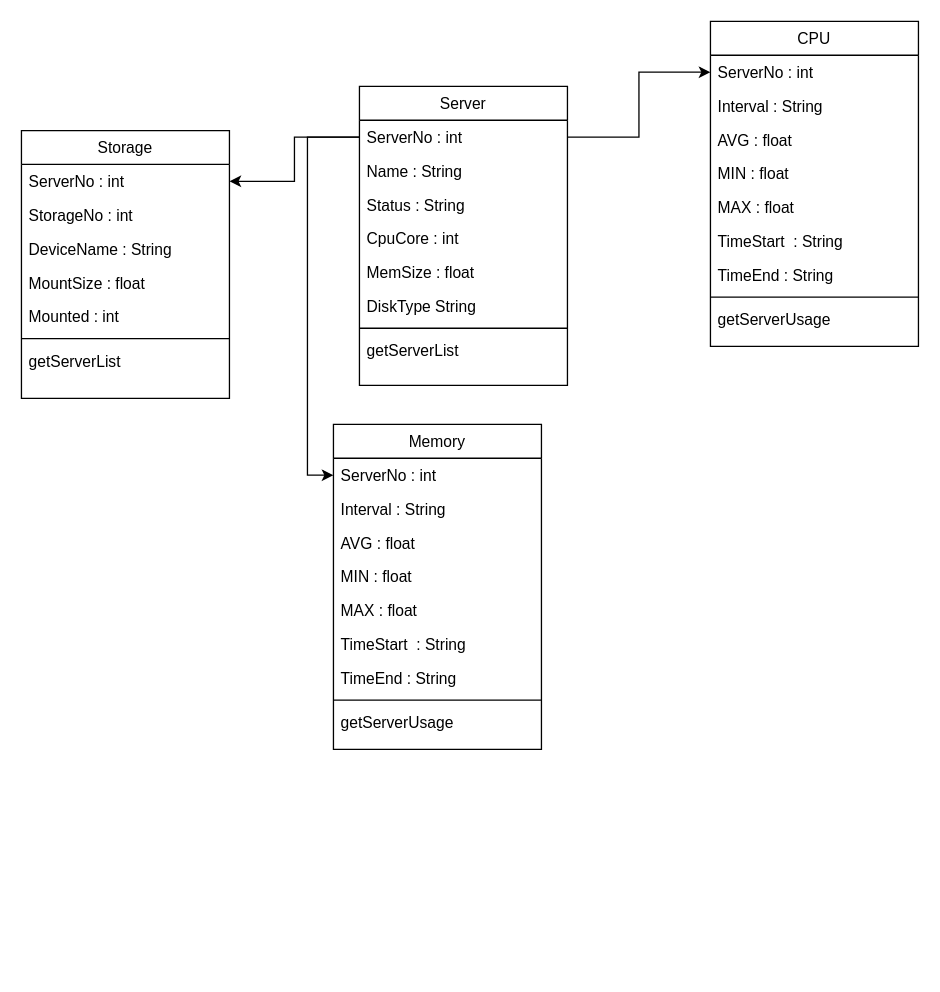
duathcys/-ToDo keeps this draw.io diagram as page "Page-1" (1 of 2) of 제목 없는 다이어그램.drawio. Above is the earlier version. Source tidied: cells renumbered, new cells numbered last; positions are measured from the earlier drawing's top-left corner, leaving out a move shared by most shapes. Both pictures are drawn from the tidied source at 130%, with x=0, y=0 at pixel (21, 21).
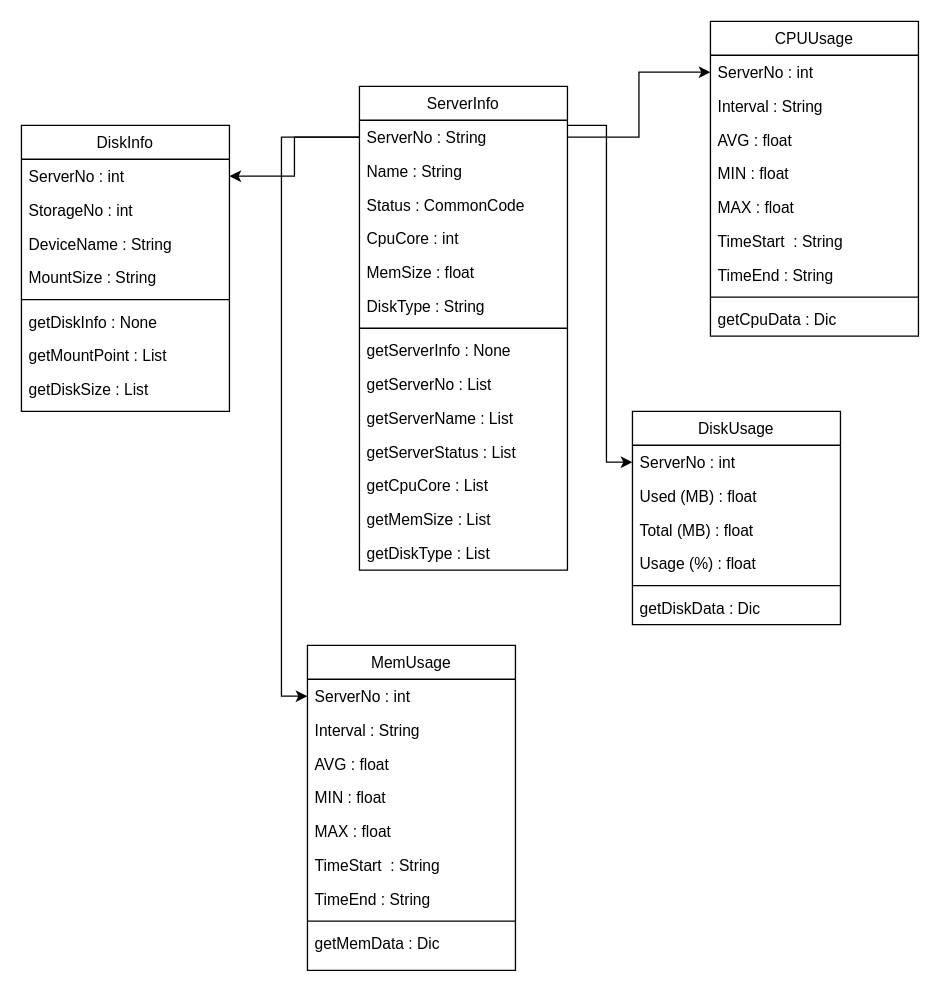
The same page after the edit.

Commit message:
제목 없는 다이어그램.drawio 업데이트

Diff of the diagram source:
```diff
@@
-    <mxCell id="2" value="Server" style="swimlane;fontStyle=0;align=center;verticalAlign=top;horizontal=1;startSize=26;rounded=0;shadow=0;strokeWidth=1;labelBackgroundColor=none;" parent="1" vertex="1">
-      <mxGeometry x="260" y="50" width="160" height="230" as="geometry" />
+    <mxCell id="2" value="ServerInfo" style="swimlane;fontStyle=0;align=center;verticalAlign=top;horizontal=1;startSize=26;rounded=0;shadow=0;strokeWidth=1;labelBackgroundColor=none;" parent="1" vertex="1">
+      <mxGeometry x="260" y="50" width="160" height="372" as="geometry" />
     </mxCell>
-    <mxCell id="3" value="ServerNo : int" style="text;align=left;verticalAlign=top;spacingLeft=4;spacingRight=4;overflow=hidden;points=[[0,0.5],[1,0.5]];portConstraint=eastwest;labelBackgroundColor=none;" parent="2" vertex="1">
+    <mxCell id="3" value="ServerNo : String" style="text;align=left;verticalAlign=top;spacingLeft=4;spacingRight=4;overflow=hidden;points=[[0,0.5],[1,0.5]];portConstraint=eastwest;labelBackgroundColor=none;" parent="2" vertex="1">
       <mxGeometry y="26" width="160" height="26" as="geometry" />
     </mxCell>
@@
-    <mxCell id="5" value="Status : String" style="text;align=left;verticalAlign=top;spacingLeft=4;spacingRight=4;overflow=hidden;rounded=0;shadow=0;html=0;labelBackgroundColor=none;" parent="2" vertex="1">
+    <mxCell id="5" value="Status : CommonCode" style="text;align=left;verticalAlign=top;spacingLeft=4;spacingRight=4;overflow=hidden;rounded=0;shadow=0;html=0;labelBackgroundColor=none;" parent="2" vertex="1">
       <mxGeometry y="78" width="160" height="26" as="geometry" />
     </mxCell>
@@
-    <mxCell id="8" value="DiskType String" style="text;align=left;verticalAlign=top;spacingLeft=4;spacingRight=4;overflow=hidden;labelBackgroundColor=none;" parent="2" vertex="1">
+    <mxCell id="8" value="DiskType : String" style="text;align=left;verticalAlign=top;spacingLeft=4;spacingRight=4;overflow=hidden;labelBackgroundColor=none;" parent="2" vertex="1">
       <mxGeometry y="156" width="160" height="26" as="geometry" />
     </mxCell>
@@
-    <mxCell id="10" value="getServerList" style="text;align=left;verticalAlign=top;spacingLeft=4;spacingRight=4;overflow=hidden;labelBackgroundColor=none;" parent="2" vertex="1">
+    <mxCell id="10" value="getServerInfo : None" style="text;align=left;verticalAlign=top;spacingLeft=4;spacingRight=4;overflow=hidden;labelBackgroundColor=none;" parent="2" vertex="1">
       <mxGeometry y="190" width="160" height="26" as="geometry" />
     </mxCell>
+    <mxCell id="42" value="getServerNo : List " style="text;align=left;verticalAlign=top;spacingLeft=4;spacingRight=4;overflow=hidden;labelBackgroundColor=none;" parent="2" vertex="1">
+      <mxGeometry y="216" width="160" height="26" as="geometry" />
+    </mxCell>
+    <mxCell id="43" value="getServerName : List" style="text;align=left;verticalAlign=top;spacingLeft=4;spacingRight=4;overflow=hidden;labelBackgroundColor=none;" parent="2" vertex="1">
+      <mxGeometry y="242" width="160" height="26" as="geometry" />
+    </mxCell>
+    <mxCell id="44" value="getServerStatus : List" style="text;align=left;verticalAlign=top;spacingLeft=4;spacingRight=4;overflow=hidden;labelBackgroundColor=none;" parent="2" vertex="1">
+      <mxGeometry y="268" width="160" height="26" as="geometry" />
+    </mxCell>
+    <mxCell id="45" value="getCpuCore : List" style="text;align=left;verticalAlign=top;spacingLeft=4;spacingRight=4;overflow=hidden;labelBackgroundColor=none;" parent="2" vertex="1">
+      <mxGeometry y="294" width="160" height="26" as="geometry" />
+    </mxCell>
+    <mxCell id="46" value="getMemSize : List" style="text;align=left;verticalAlign=top;spacingLeft=4;spacingRight=4;overflow=hidden;labelBackgroundColor=none;" parent="2" vertex="1">
+      <mxGeometry y="320" width="160" height="26" as="geometry" />
+    </mxCell>
+    <mxCell id="47" value="getDiskType : List" style="text;align=left;verticalAlign=top;spacingLeft=4;spacingRight=4;overflow=hidden;labelBackgroundColor=none;" parent="2" vertex="1">
+      <mxGeometry y="346" width="160" height="26" as="geometry" />
+    </mxCell>
-    <mxCell id="11" value="CPU" style="swimlane;fontStyle=0;align=center;verticalAlign=top;horizontal=1;startSize=26;rounded=0;shadow=0;strokeWidth=1;labelBackgroundColor=none;" parent="1" vertex="1">
-      <mxGeometry x="530" width="160" height="250" as="geometry" />
+    <mxCell id="11" value="CPUUsage" style="swimlane;fontStyle=0;align=center;verticalAlign=top;horizontal=1;startSize=26;rounded=0;shadow=0;strokeWidth=1;labelBackgroundColor=none;" parent="1" vertex="1">
+      <mxGeometry x="530" width="160" height="242" as="geometry" />
     </mxCell>
@@
-    <mxCell id="20" value="getServerUsage" style="text;align=left;verticalAlign=top;spacingLeft=4;spacingRight=4;overflow=hidden;labelBackgroundColor=none;" parent="11" vertex="1">
+    <mxCell id="20" value="getCpuData : Dic" style="text;align=left;verticalAlign=top;spacingLeft=4;spacingRight=4;overflow=hidden;labelBackgroundColor=none;" parent="11" vertex="1">
       <mxGeometry y="216" width="160" height="26" as="geometry" />
     </mxCell>
-    <mxCell id="21" value="Storage" style="swimlane;fontStyle=0;align=center;verticalAlign=top;horizontal=1;startSize=26;rounded=0;shadow=0;strokeWidth=1;labelBackgroundColor=none;" parent="1" vertex="1">
-      <mxGeometry y="84" width="160" height="206" as="geometry" />
+    <mxCell id="21" value="DiskInfo" style="swimlane;fontStyle=0;align=center;verticalAlign=top;horizontal=1;startSize=26;rounded=0;shadow=0;strokeWidth=1;labelBackgroundColor=none;" parent="1" vertex="1">
+      <mxGeometry y="80" width="160" height="220" as="geometry" />
     </mxCell>
@@
-    <mxCell id="25" value="MountSize : float" style="text;align=left;verticalAlign=top;spacingLeft=4;spacingRight=4;overflow=hidden;rounded=0;shadow=0;html=0;labelBackgroundColor=none;" parent="21" vertex="1">
+    <mxCell id="25" value="MountSize : String" style="text;align=left;verticalAlign=top;spacingLeft=4;spacingRight=4;overflow=hidden;rounded=0;shadow=0;html=0;labelBackgroundColor=none;" parent="21" vertex="1">
       <mxGeometry y="104" width="160" height="26" as="geometry" />
     </mxCell>
-    <mxCell id="26" value="Mounted : int" style="text;align=left;verticalAlign=top;spacingLeft=4;spacingRight=4;overflow=hidden;labelBackgroundColor=none;" parent="21" vertex="1">
-      <mxGeometry y="130" width="160" height="26" as="geometry" />
-    </mxCell>
     <mxCell id="27" style="line;html=1;strokeWidth=1;align=left;verticalAlign=middle;spacingTop=-1;spacingLeft=3;spacingRight=3;labelPosition=right;labelBackgroundColor=none;" parent="21" vertex="1">
-      <mxGeometry y="156" width="160" height="8" as="geometry" />
+      <mxGeometry y="130" width="160" height="8" as="geometry" />
     </mxCell>
-    <mxCell id="28" value="getServerList" style="text;align=left;verticalAlign=top;spacingLeft=4;spacingRight=4;overflow=hidden;labelBackgroundColor=none;" parent="21" vertex="1">
-      <mxGeometry y="164" width="160" height="26" as="geometry" />
+    <mxCell id="28" value="getDiskInfo : None" style="text;align=left;verticalAlign=top;spacingLeft=4;spacingRight=4;overflow=hidden;labelBackgroundColor=none;" parent="21" vertex="1">
+      <mxGeometry y="138" width="160" height="26" as="geometry" />
     </mxCell>
+    <mxCell id="48" value="getMountPoint : List" style="text;align=left;verticalAlign=top;spacingLeft=4;spacingRight=4;overflow=hidden;labelBackgroundColor=none;" parent="21" vertex="1">
+      <mxGeometry y="164" width="160" height="26" as="geometry" />
+    </mxCell>
+    <mxCell id="49" value="getDiskSize : List" style="text;align=left;verticalAlign=top;spacingLeft=4;spacingRight=4;overflow=hidden;labelBackgroundColor=none;" parent="21" vertex="1">
+      <mxGeometry y="190" width="160" height="26" as="geometry" />
+    </mxCell>
-    <mxCell id="29" value="Memory" style="swimlane;fontStyle=0;align=center;verticalAlign=top;horizontal=1;startSize=26;rounded=0;shadow=0;strokeWidth=1;labelBackgroundColor=none;" parent="1" vertex="1">
-      <mxGeometry x="240" y="310" width="160" height="250" as="geometry" />
+    <mxCell id="29" value="MemUsage" style="swimlane;fontStyle=0;align=center;verticalAlign=top;horizontal=1;startSize=26;rounded=0;shadow=0;strokeWidth=1;labelBackgroundColor=none;" parent="1" vertex="1">
+      <mxGeometry x="220" y="480" width="160" height="250" as="geometry" />
     </mxCell>
@@
-    <mxCell id="38" value="getServerUsage" style="text;align=left;verticalAlign=top;spacingLeft=4;spacingRight=4;overflow=hidden;labelBackgroundColor=none;" parent="29" vertex="1">
-      <mxGeometry y="216" width="160" height="34" as="geometry" />
+    <mxCell id="38" value="getMemData : Dic" style="text;align=left;verticalAlign=top;spacingLeft=4;spacingRight=4;overflow=hidden;labelBackgroundColor=none;" parent="29" vertex="1">
+      <mxGeometry y="216" width="160" height="24" as="geometry" />
     </mxCell>
@@
+    <mxCell id="50" value="DiskUsage" style="swimlane;fontStyle=0;align=center;verticalAlign=top;horizontal=1;startSize=26;rounded=0;shadow=0;strokeWidth=1;labelBackgroundColor=none;" parent="1" vertex="1">
+      <mxGeometry x="470" y="300" width="160" height="164" as="geometry" />
+    </mxCell>
+    <mxCell id="51" value="ServerNo : int" style="text;align=left;verticalAlign=top;spacingLeft=4;spacingRight=4;overflow=hidden;points=[[0,0.5],[1,0.5]];portConstraint=eastwest;labelBackgroundColor=none;" parent="50" vertex="1">
+      <mxGeometry y="26" width="160" height="26" as="geometry" />
+    </mxCell>
+    <mxCell id="52" value="Used (MB) : float" style="text;align=left;verticalAlign=top;spacingLeft=4;spacingRight=4;overflow=hidden;rounded=0;shadow=0;html=0;labelBackgroundColor=none;" parent="50" vertex="1">
+      <mxGeometry y="52" width="160" height="26" as="geometry" />
+    </mxCell>
+    <mxCell id="53" value="Total (MB) : float" style="text;align=left;verticalAlign=top;spacingLeft=4;spacingRight=4;overflow=hidden;rounded=0;shadow=0;html=0;labelBackgroundColor=none;" parent="50" vertex="1">
+      <mxGeometry y="78" width="160" height="26" as="geometry" />
+    </mxCell>
+    <mxCell id="54" value="Usage (%) : float" style="text;align=left;verticalAlign=top;spacingLeft=4;spacingRight=4;overflow=hidden;labelBackgroundColor=none;" parent="50" vertex="1">
+      <mxGeometry y="104" width="160" height="26" as="geometry" />
+    </mxCell>
+    <mxCell id="55" style="line;html=1;strokeWidth=1;align=left;verticalAlign=middle;spacingTop=-1;spacingLeft=3;spacingRight=3;labelPosition=right;labelBackgroundColor=none;" parent="50" vertex="1">
+      <mxGeometry y="130" width="160" height="8" as="geometry" />
+    </mxCell>
+    <mxCell id="56" value="getDiskData : Dic " style="text;align=left;verticalAlign=top;spacingLeft=4;spacingRight=4;overflow=hidden;labelBackgroundColor=none;" parent="50" vertex="1">
+      <mxGeometry y="138" width="160" height="26" as="geometry" />
+    </mxCell>
+    <mxCell id="57" style="edgeStyle=orthogonalEdgeStyle;rounded=0;jettySize=auto;html=1;entryX=0;entryY=0.5;entryDx=0;entryDy=0;labelBackgroundColor=none;fontColor=default;" parent="1" edge="1" source="3" target="51">
+      <mxGeometry relative="1" as="geometry">
+        <Array as="points">
+          <mxPoint x="450" y="80" />
+          <mxPoint x="450" y="339" />
+        </Array>
+      </mxGeometry>
+    </mxCell>
```
